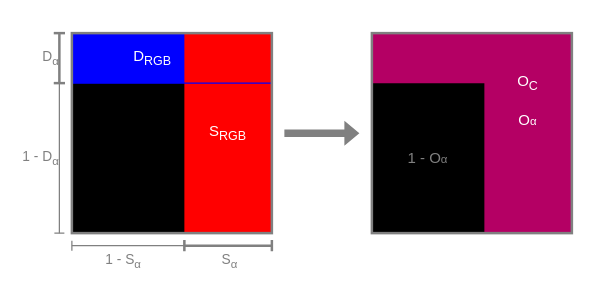
YoanWithY/kayo keeps this draw.io diagram as wiki/blendover.drawio. Above is the earlier version. Source tidied: cells renumbered, new cells numbered last; positions are measured from the earlier drawing's top-left corner, leaving out a move shared by most shapes. Both pictures are drawn from the tidied source at 125%, with x=0, y=0 at pixel (59, 32).
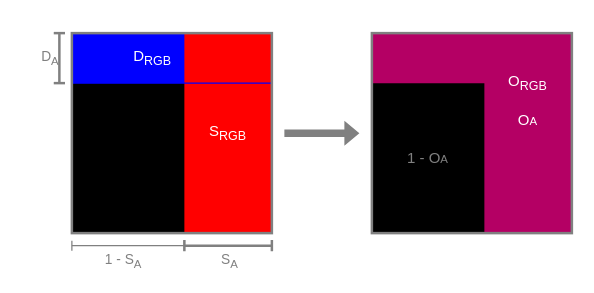
The same page after the edit.

The change refers to these unchanged cells:
```xml
<mxCell id="3" style="endArrow=baseDash;html=1;startArrow=baseDash;startFill=0;endFill=0;jumpSize=6;strokeColor=#808080;strokeWidth=2;" parent="1" edge="1">
  <mxGeometry relative="1" as="geometry">
    <mxPoint y="40" as="sourcePoint" />
    <mxPoint as="targetPoint" />
  </mxGeometry>
</mxCell>
<mxCell id="7" style="endArrow=baseDash;html=1;startArrow=baseDash;startFill=0;endFill=0;jumpSize=6;strokeColor=#808080;strokeWidth=2;" parent="1" edge="1">
  <mxGeometry relative="1" as="geometry">
    <mxPoint x="170" y="170" as="sourcePoint" />
    <mxPoint x="100" y="170" as="targetPoint" />
  </mxGeometry>
</mxCell>
<mxCell id="18" style="endArrow=baseDash;html=1;startArrow=baseDash;startFill=0;endFill=0;jumpSize=6;strokeColor=#808080;strokeWidth=1;" parent="1" edge="1">
  <mxGeometry relative="1" as="geometry">
    <mxPoint x="100" y="170" as="sourcePoint" />
    <mxPoint x="10" y="170" as="targetPoint" />
  </mxGeometry>
</mxCell>
```

Change to the diagram source:
```diff
@@
-    <mxCell id="4" value="D&lt;sub&gt;α&lt;/sub&gt;" style="edgeLabel;html=1;align=right;verticalAlign=middle;labelBackgroundColor=none;fontColor=#808080;spacing=2;" parent="3" vertex="1">
+    <mxCell id="4" value="D&lt;sub&gt;A&lt;/sub&gt;" style="edgeLabel;html=1;align=right;verticalAlign=middle;labelBackgroundColor=none;fontColor=#808080;spacing=2;" parent="3" vertex="1">
       <mxGeometry x="-0.26" y="-1" relative="1" as="geometry">
         <mxPoint x="-1" y="-5" as="offset" />
       </mxGeometry>
     </mxCell>
@@
-    <mxCell id="8" value="S&lt;sub&gt;α&lt;/sub&gt;" style="edgeLabel;html=1;align=center;verticalAlign=top;labelBackgroundColor=none;fontColor=#808080;spacing=0;" parent="7" vertex="1">
+    <mxCell id="8" value="S&lt;sub&gt;A&lt;/sub&gt;" style="edgeLabel;html=1;align=center;verticalAlign=top;labelBackgroundColor=none;fontColor=#808080;spacing=0;" parent="7" vertex="1">
       <mxGeometry x="-0.26" y="-1" relative="1" as="geometry">
         <mxPoint x="-9" y="1" as="offset" />
       </mxGeometry>
     </mxCell>
@@
-    <mxCell id="14" value="O&lt;sub&gt;C&lt;/sub&gt;" style="text;html=1;strokeColor=none;fillColor=none;align=center;verticalAlign=middle;whiteSpace=wrap;rounded=0;glass=0;labelBackgroundColor=none;fillStyle=auto;strokeWidth=1;fontColor=#FFFFFF;fontFamily=Helvetica;" parent="1" vertex="1">
+    <mxCell id="14" value="O&lt;sub&gt;RGB&lt;/sub&gt;" style="text;html=1;strokeColor=none;fillColor=none;align=center;verticalAlign=middle;whiteSpace=wrap;rounded=0;glass=0;labelBackgroundColor=none;fillStyle=auto;strokeWidth=1;fontColor=#FFFFFF;fontFamily=Helvetica;" parent="1" vertex="1">
       <mxGeometry x="340" y="30" width="70" height="20" as="geometry" />
     </mxCell>
-    <mxCell id="15" value="O&lt;span style=&quot;font-size: 9.16667px; text-align: left;&quot;&gt;α&lt;/span&gt;" style="text;html=1;strokeColor=none;fillColor=none;align=center;verticalAlign=middle;whiteSpace=wrap;rounded=0;glass=0;labelBackgroundColor=none;fillStyle=auto;strokeWidth=1;fontColor=#FFFFFF;fontFamily=Helvetica;" parent="1" vertex="1">
+    <mxCell id="15" value="O&lt;span style=&quot;font-size: 9.16667px; text-align: left;&quot;&gt;A&lt;/span&gt;" style="text;html=1;strokeColor=none;fillColor=none;align=center;verticalAlign=middle;whiteSpace=wrap;rounded=0;glass=0;labelBackgroundColor=none;fillStyle=auto;strokeWidth=1;fontColor=#FFFFFF;fontFamily=Helvetica;" parent="1" vertex="1">
       <mxGeometry x="340" y="60" width="70" height="20" as="geometry" />
     </mxCell>
-    <mxCell id="16" style="endArrow=baseDash;html=1;startArrow=baseDash;startFill=0;endFill=0;jumpSize=6;strokeColor=#808080;" parent="1" edge="1">
-      <mxGeometry relative="1" as="geometry">
-        <mxPoint y="160" as="sourcePoint" />
-        <mxPoint y="40" as="targetPoint" />
-      </mxGeometry>
-    </mxCell>
-    <mxCell id="17" value="1 - D&lt;sub&gt;α&lt;/sub&gt;" style="edgeLabel;html=1;align=right;verticalAlign=middle;labelBackgroundColor=none;fontColor=#808080;spacing=2;" parent="16" vertex="1">
-      <mxGeometry x="-0.26" y="-1" relative="1" as="geometry">
-        <mxPoint x="-1" y="-16" as="offset" />
-      </mxGeometry>
-    </mxCell>
@@
-    <mxCell id="19" value="1 - S&lt;sub&gt;α&lt;/sub&gt;" style="edgeLabel;html=1;align=center;verticalAlign=top;labelBackgroundColor=none;fontColor=#808080;spacing=0;" parent="18" vertex="1">
+    <mxCell id="19" value="1 - S&lt;sub&gt;A&lt;/sub&gt;" style="edgeLabel;html=1;align=center;verticalAlign=top;labelBackgroundColor=none;fontColor=#808080;spacing=0;" parent="18" vertex="1">
       <mxGeometry x="-0.26" y="-1" relative="1" as="geometry">
         <mxPoint x="-17" y="1" as="offset" />
       </mxGeometry>
     </mxCell>
-    <mxCell id="20" value="1 - O&lt;span style=&quot;font-size: 9.16667px; text-align: left;&quot;&gt;α&lt;/span&gt;" style="text;html=1;strokeColor=none;fillColor=none;align=center;verticalAlign=middle;whiteSpace=wrap;rounded=0;glass=0;labelBackgroundColor=none;fillStyle=auto;strokeWidth=1;fontColor=#808080;fontFamily=Helvetica;" parent="1" vertex="1">
+    <mxCell id="20" value="1 - O&lt;span style=&quot;font-size: 9.16667px; text-align: left;&quot;&gt;A&lt;/span&gt;" style="text;html=1;strokeColor=none;fillColor=none;align=center;verticalAlign=middle;whiteSpace=wrap;rounded=0;glass=0;labelBackgroundColor=none;fillStyle=auto;strokeWidth=1;fontColor=#808080;fontFamily=Helvetica;" parent="1" vertex="1">
       <mxGeometry x="260" y="90" width="70" height="20" as="geometry" />
     </mxCell>
```
